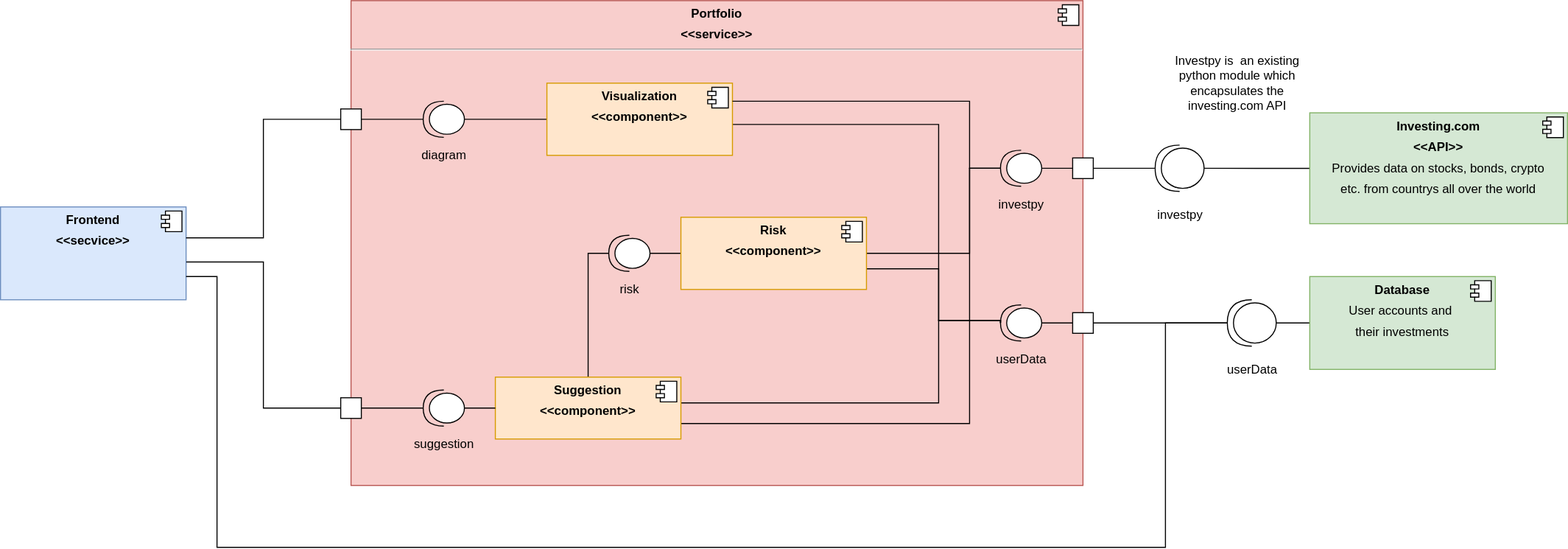
The draw.io diagram UML/component.drawio.svg in tkBischoff/PyFolio, before a commit. Source tidied: cells renumbered, new cells last; positions are measured from the earlier drawing's top-left corner, leaving out a move shared by most shapes.
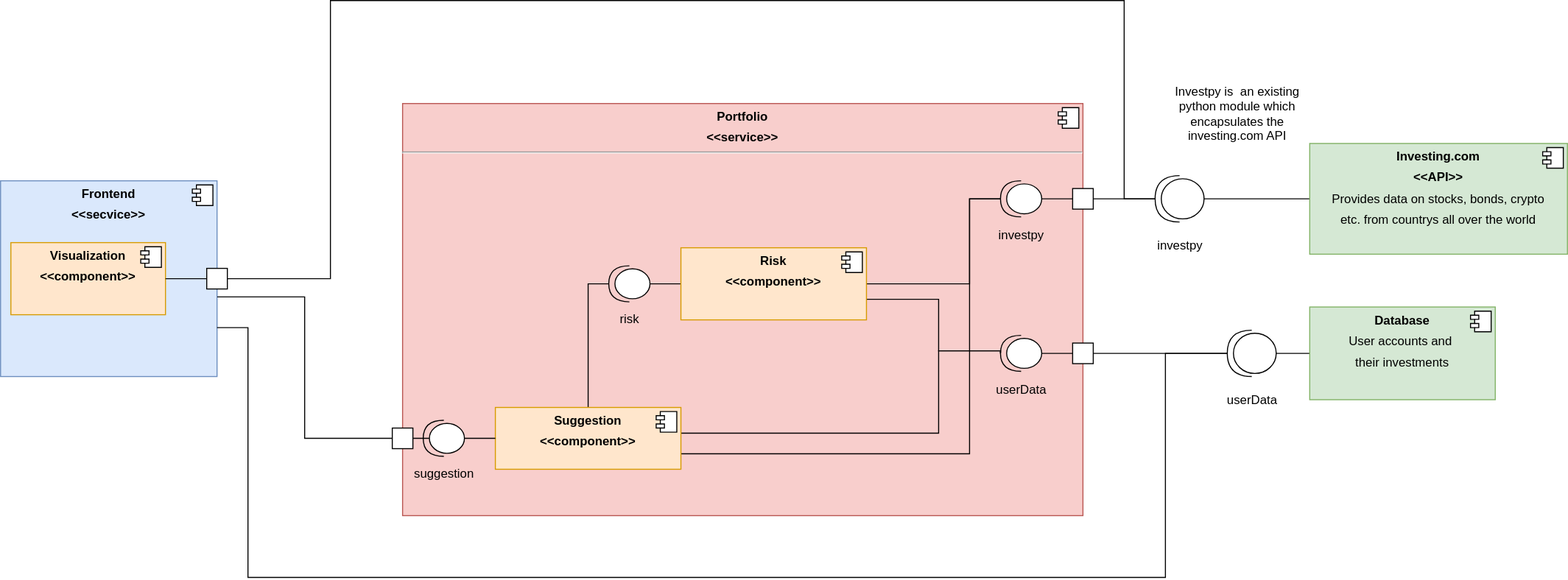
Above is the later version.

Commit message:
Moved visualization into frontend

Change to the diagram source:
```diff
@@ -3,7 +3,7 @@
     <mxCell id="0" />
     <mxCell id="1" parent="0" />
     <mxCell id="2" value="&lt;p style=&quot;margin:0px;margin-top:6px;text-align:center;&quot;&gt;&lt;b&gt;Portfolio&lt;/b&gt;&lt;/p&gt;&lt;p style=&quot;margin:0px;margin-top:6px;text-align:center;&quot;&gt;&lt;b&gt;&amp;lt;&amp;lt;service&amp;gt;&amp;gt;&lt;/b&gt;&lt;/p&gt;&lt;hr&gt;&lt;p style=&quot;margin:0px;margin-left:8px;&quot;&gt;&lt;br&gt;&lt;/p&gt;" style="align=left;overflow=fill;html=1;fillColor=#f8cecc;strokeColor=#b85450;" parent="1" vertex="1">
-      <mxGeometry x="340" width="710" height="470" as="geometry" />
+      <mxGeometry x="390" y="70" width="660" height="400" as="geometry" />
     </mxCell>
     <mxCell id="3" style="shape=component;jettyWidth=8;jettyHeight=4;" parent="2" vertex="1">
       <mxGeometry x="1" width="20" height="20" relative="1" as="geometry">
@@ -24,11 +24,21 @@
     <mxCell id="7" style="edgeStyle=orthogonalEdgeStyle;rounded=0;jettySize=auto;html=1;entryX=1;entryY=0.5;entryDx=0;entryDy=0;endArrow=none;endFill=0;" parent="1" edge="1" source="8" target="27">
       <mxGeometry relative="1" as="geometry" />
     </mxCell>
+    <mxCell id="49" style="edgeStyle=orthogonalEdgeStyle;rounded=0;jettySize=auto;html=1;entryX=1;entryY=0.5;entryDx=0;entryDy=0;endArrow=none;endFill=0;" parent="1" edge="1" source="8" target="9">
+      <mxGeometry relative="1" as="geometry">
+        <Array as="points">
+          <mxPoint x="1090" y="163" />
+          <mxPoint x="1090" y="-30" />
+          <mxPoint x="320" y="-30" />
+          <mxPoint x="320" y="240" />
+        </Array>
+      </mxGeometry>
+    </mxCell>
     <mxCell id="8" value="investpy" style="shape=providedRequiredInterface;html=1;verticalLabelPosition=bottom;sketch=0;rotation=0;direction=west;" parent="1" vertex="1">
       <mxGeometry x="1120" y="140" width="47.5" height="45" as="geometry" />
     </mxCell>
     <mxCell id="9" value="&lt;p style=&quot;margin: 6px 0px 0px;&quot;&gt;&lt;b&gt;Frontend&lt;/b&gt;&lt;/p&gt;&lt;p style=&quot;margin: 6px 0px 0px;&quot;&gt;&lt;b&gt;&amp;lt;&amp;lt;secvice&amp;gt;&amp;gt;&lt;/b&gt;&lt;/p&gt;" style="align=center;overflow=fill;html=1;fillColor=#dae8fc;strokeColor=#6c8ebf;verticalAlign=middle;" parent="1" vertex="1">
-      <mxGeometry y="200" width="180" height="90" as="geometry" />
+      <mxGeometry y="145" width="210" height="190" as="geometry" />
     </mxCell>
     <mxCell id="10" style="shape=component;jettyWidth=8;jettyHeight=4;" parent="9" vertex="1">
       <mxGeometry x="1" width="20" height="20" relative="1" as="geometry">
@@ -63,19 +73,8 @@
         <mxPoint x="-24" y="4" as="offset" />
       </mxGeometry>
     </mxCell>
-    <mxCell id="16" style="edgeStyle=orthogonalEdgeStyle;rounded=0;jettySize=auto;html=1;entryX=1;entryY=0.5;entryDx=0;entryDy=0;entryPerimeter=0;endArrow=none;endFill=0;" parent="1" edge="1" source="18" target="39">
-      <mxGeometry relative="1" as="geometry">
-        <Array as="points">
-          <mxPoint x="910" y="120" />
-          <mxPoint x="910" y="310" />
-        </Array>
-      </mxGeometry>
-    </mxCell>
-    <mxCell id="17" style="edgeStyle=orthogonalEdgeStyle;rounded=0;jettySize=auto;html=1;entryX=0;entryY=0.5;entryDx=0;entryDy=0;entryPerimeter=0;endArrow=none;endFill=0;" parent="1" edge="1" source="18" target="41">
-      <mxGeometry relative="1" as="geometry" />
-    </mxCell>
     <mxCell id="18" value="&lt;p style=&quot;margin:0px;margin-top:6px;text-align:center;&quot;&gt;&lt;b&gt;Visualization&lt;/b&gt;&lt;/p&gt;&lt;p style=&quot;margin:0px;margin-top:6px;text-align:center;&quot;&gt;&lt;b&gt;&amp;lt;&amp;lt;component&amp;gt;&amp;gt;&lt;/b&gt;&lt;/p&gt;" style="align=left;overflow=fill;html=1;fillColor=#ffe6cc;strokeColor=#d79b00;" parent="1" vertex="1">
-      <mxGeometry x="530" y="80" width="180" height="70" as="geometry" />
+      <mxGeometry x="10" y="205" width="150" height="70" as="geometry" />
     </mxCell>
     <mxCell id="19" style="shape=component;jettyWidth=8;jettyHeight=4;" parent="18" vertex="1">
       <mxGeometry x="1" width="20" height="20" relative="1" as="geometry">
@@ -127,8 +126,8 @@
         <Array as="points">
           <mxPoint x="1130" y="313" />
           <mxPoint x="1130" y="530" />
-          <mxPoint x="210" y="530" />
-          <mxPoint x="210" y="268" />
+          <mxPoint x="240" y="530" />
+          <mxPoint x="240" y="288" />
         </Array>
       </mxGeometry>
     </mxCell>
@@ -152,14 +151,6 @@
     <mxCell id="35" style="edgeStyle=orthogonalEdgeStyle;rounded=0;jettySize=auto;html=1;entryX=0;entryY=0.5;entryDx=0;entryDy=0;endArrow=none;endFill=0;" parent="1" edge="1" source="37" target="27">
       <mxGeometry relative="1" as="geometry" />
     </mxCell>
-    <mxCell id="36" style="edgeStyle=orthogonalEdgeStyle;rounded=0;jettySize=auto;html=1;entryX=1;entryY=0.25;entryDx=0;entryDy=0;endArrow=none;endFill=0;" parent="1" edge="1" source="37" target="18">
-      <mxGeometry relative="1" as="geometry">
-        <Array as="points">
-          <mxPoint x="940" y="163" />
-          <mxPoint x="940" y="97" />
-        </Array>
-      </mxGeometry>
-    </mxCell>
     <mxCell id="37" value="investpy" style="shape=providedRequiredInterface;html=1;verticalLabelPosition=bottom;sketch=0;direction=west;" parent="1" vertex="1">
       <mxGeometry x="970" y="145" width="40" height="35" as="geometry" />
     </mxCell>
@@ -169,12 +160,6 @@
     <mxCell id="39" value="userData" style="shape=providedRequiredInterface;html=1;verticalLabelPosition=bottom;sketch=0;direction=west;" parent="1" vertex="1">
       <mxGeometry x="970" y="295" width="40" height="35" as="geometry" />
     </mxCell>
-    <mxCell id="40" style="edgeStyle=orthogonalEdgeStyle;rounded=0;jettySize=auto;html=1;entryX=1;entryY=0.5;entryDx=0;entryDy=0;endArrow=none;endFill=0;" parent="1" edge="1" source="41" target="46">
-      <mxGeometry relative="1" as="geometry" />
-    </mxCell>
-    <mxCell id="41" value="diagram" style="shape=providedRequiredInterface;html=1;verticalLabelPosition=bottom;sketch=0;direction=west;" parent="1" vertex="1">
-      <mxGeometry x="410" y="97.5" width="40" height="35" as="geometry" />
-    </mxCell>
     <mxCell id="42" style="edgeStyle=orthogonalEdgeStyle;rounded=0;jettySize=auto;html=1;entryX=0;entryY=0.5;entryDx=0;entryDy=0;endArrow=none;endFill=0;" parent="1" edge="1" source="44" target="23">
       <mxGeometry relative="1" as="geometry" />
     </mxCell>
@@ -184,17 +169,17 @@
     <mxCell id="44" value="suggestion" style="shape=providedRequiredInterface;html=1;verticalLabelPosition=bottom;sketch=0;direction=west;" parent="1" vertex="1">
       <mxGeometry x="410" y="377.5" width="40" height="35" as="geometry" />
     </mxCell>
-    <mxCell id="45" style="edgeStyle=orthogonalEdgeStyle;rounded=0;jettySize=auto;html=1;entryX=1;entryY=0.333;entryDx=0;entryDy=0;entryPerimeter=0;endArrow=none;endFill=0;" parent="1" edge="1" source="46" target="9">
-      <mxGeometry relative="1" as="geometry" />
-    </mxCell>
-    <mxCell id="46" style="whiteSpace=wrap;html=1;" parent="1" vertex="1">
-      <mxGeometry x="330" y="105" width="20" height="20" as="geometry" />
-    </mxCell>
     <mxCell id="47" style="edgeStyle=orthogonalEdgeStyle;rounded=0;jettySize=auto;html=1;entryX=1.001;entryY=0.593;entryDx=0;entryDy=0;entryPerimeter=0;endArrow=none;endFill=0;" parent="1" edge="1" source="48" target="9">
       <mxGeometry relative="1" as="geometry" />
     </mxCell>
     <mxCell id="48" style="whiteSpace=wrap;html=1;" parent="1" vertex="1">
-      <mxGeometry x="330" y="385" width="20" height="20" as="geometry" />
+      <mxGeometry x="380" y="385" width="20" height="20" as="geometry" />
     </mxCell>
+    <mxCell id="50" style="edgeStyle=orthogonalEdgeStyle;rounded=0;jettySize=auto;html=1;endArrow=none;endFill=0;" parent="1" edge="1" source="51" target="18">
+      <mxGeometry relative="1" as="geometry" />
+    </mxCell>
+    <mxCell id="51" style="whiteSpace=wrap;html=1;" parent="1" vertex="1">
+      <mxGeometry x="200" y="230" width="20" height="20" as="geometry" />
+    </mxCell>
   </root>
 </mxGraphModel>
```
